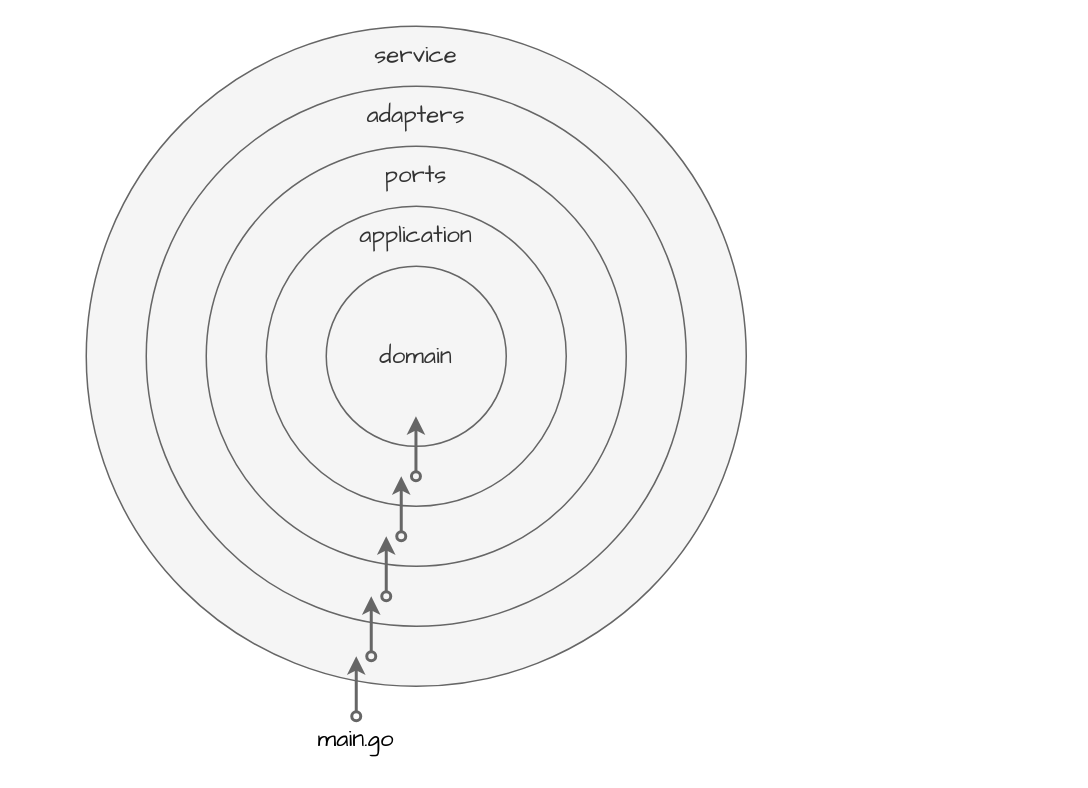
Above: api/doc/architecture.drawio in heikkilamarko/golang-api (draw.io), before the change. Source tidied: cells renumbered, new cells numbered last; positions are measured from the earlier drawing's top-left corner, leaving out a move shared by most shapes. Both pictures are drawn from the tidied source at 150%, with x=0, y=0 at pixel (86, 26).
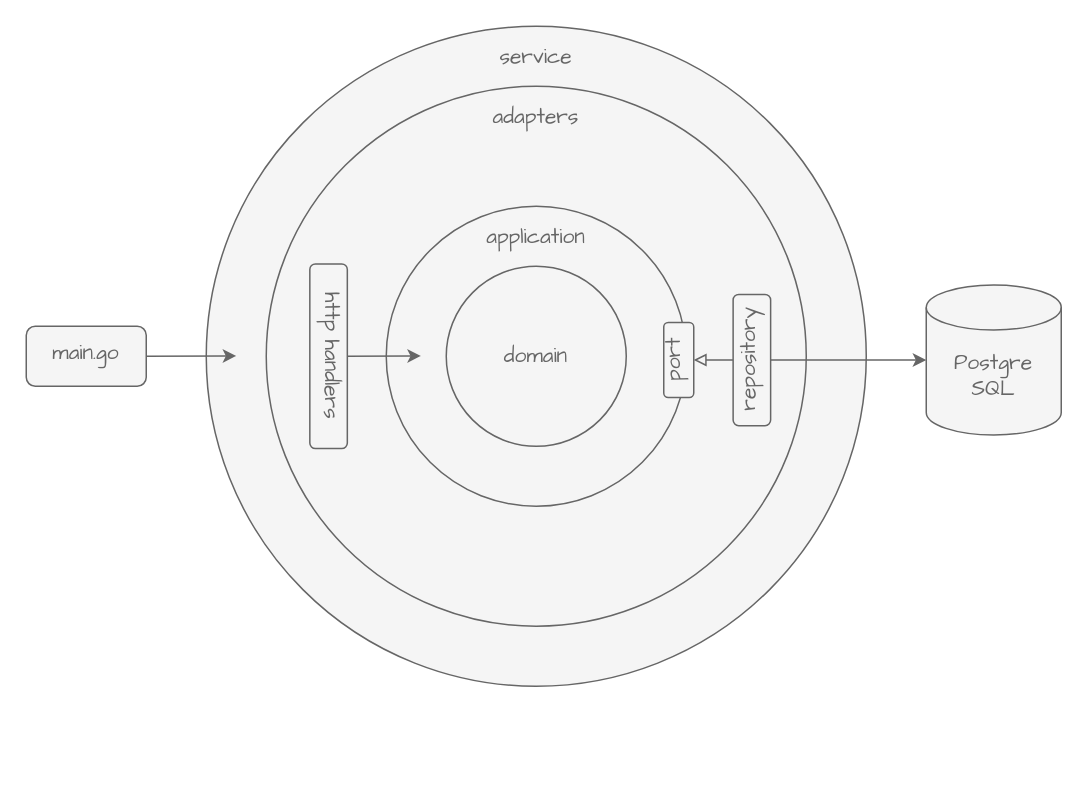
After the change.

Diff of the diagram source:
```diff
@@
 <mxGraphModel>
   <root>
     <mxCell id="0" />
     <mxCell id="1" parent="0" />
-    <mxCell id="2" value="service" style="ellipse;whiteSpace=wrap;html=1;verticalAlign=top;fontFamily=Comic Sans MS;fontSize=16;fillColor=#f5f5f5;strokeColor=#666666;fontColor=#333333;spacingTop=3;" parent="1" vertex="1">
-      <mxGeometry width="440" height="440" as="geometry" />
-    </mxCell>
-    <mxCell id="3" value="adapters" style="ellipse;whiteSpace=wrap;html=1;verticalAlign=top;fontFamily=Comic Sans MS;fontSize=16;fillColor=#f5f5f5;strokeColor=#666666;fontColor=#333333;spacingTop=3;" parent="1" vertex="1">
-      <mxGeometry x="40" y="40" width="360" height="360" as="geometry" />
+    <mxCell id="3" value="service" style="ellipse;whiteSpace=wrap;html=1;verticalAlign=top;fontFamily=Comic Sans MS;fontSize=14;fillColor=#f5f5f5;strokeColor=#666666;spacingTop=6;fontColor=#666666;" parent="1" vertex="1">
+      <mxGeometry x="80" width="440" height="440" as="geometry" />
     </mxCell>
-    <mxCell id="4" value="ports" style="ellipse;whiteSpace=wrap;html=1;verticalAlign=top;fontFamily=Comic Sans MS;fontSize=16;fillColor=#f5f5f5;strokeColor=#666666;fontColor=#333333;spacingTop=3;" parent="1" vertex="1">
-      <mxGeometry x="80" y="80" width="280" height="280" as="geometry" />
+    <mxCell id="4" value="adapters" style="ellipse;whiteSpace=wrap;html=1;verticalAlign=top;fontFamily=Comic Sans MS;fontSize=14;fillColor=#f5f5f5;strokeColor=#666666;spacingTop=6;fontColor=#666666;" parent="1" vertex="1">
+      <mxGeometry x="120" y="40" width="360" height="360" as="geometry" />
     </mxCell>
-    <mxCell id="5" value="application" style="ellipse;whiteSpace=wrap;html=1;verticalAlign=top;fontFamily=Comic Sans MS;fontSize=16;fillColor=#f5f5f5;strokeColor=#666666;fontColor=#333333;spacingTop=3;" parent="1" vertex="1">
-      <mxGeometry x="120" y="120" width="200" height="200" as="geometry" />
+    <mxCell id="5" value="application" style="ellipse;whiteSpace=wrap;html=1;verticalAlign=top;fontFamily=Comic Sans MS;fontSize=14;fillColor=#f5f5f5;strokeColor=#666666;spacingTop=6;fontColor=#666666;" parent="1" vertex="1">
+      <mxGeometry x="200" y="120" width="200" height="200" as="geometry" />
     </mxCell>
-    <mxCell id="6" value="domain" style="ellipse;whiteSpace=wrap;html=1;verticalAlign=middle;fontFamily=Comic Sans MS;fontSize=16;fillColor=#f5f5f5;strokeColor=#666666;fontColor=#333333;" parent="1" vertex="1">
-      <mxGeometry x="160" y="160" width="120" height="120" as="geometry" />
+    <mxCell id="6" value="domain" style="ellipse;whiteSpace=wrap;html=1;verticalAlign=middle;fontFamily=Comic Sans MS;fontSize=14;fillColor=#f5f5f5;strokeColor=#666666;fontColor=#666666;" parent="1" vertex="1">
+      <mxGeometry x="240" y="160" width="120" height="120" as="geometry" />
     </mxCell>
-    <mxCell id="7" style="endArrow=classic;html=1;fontFamily=Comic Sans MS;fontSize=16;startArrow=oval;startFill=0;fillColor=#f5f5f5;strokeColor=#666666;strokeWidth=2;exitX=0.5;exitY=0;exitDx=0;exitDy=0;" parent="1" edge="1" source="12">
-      <mxGeometry relative="1" as="geometry">
-        <mxPoint x="180" y="420" as="targetPoint" />
-      </mxGeometry>
-    </mxCell>
-    <mxCell id="8" style="endArrow=classic;html=1;fontFamily=Comic Sans MS;fontSize=16;entryX=0.5;entryY=1;entryDx=0;entryDy=0;startArrow=oval;startFill=0;fillColor=#f5f5f5;strokeColor=#666666;strokeWidth=2;" parent="1" edge="1">
-      <mxGeometry relative="1" as="geometry">
-        <mxPoint x="190" y="420" as="sourcePoint" />
-        <mxPoint x="190" y="380" as="targetPoint" />
-      </mxGeometry>
-    </mxCell>
-    <mxCell id="9" style="endArrow=classic;html=1;fontFamily=Comic Sans MS;fontSize=16;entryX=0.5;entryY=1;entryDx=0;entryDy=0;startArrow=oval;startFill=0;fillColor=#f5f5f5;strokeColor=#666666;strokeWidth=2;" parent="1" edge="1">
-      <mxGeometry relative="1" as="geometry">
-        <mxPoint x="200" y="380" as="sourcePoint" />
-        <mxPoint x="200" y="340" as="targetPoint" />
-      </mxGeometry>
-    </mxCell>
-    <mxCell id="10" style="endArrow=classic;html=1;fontFamily=Comic Sans MS;fontSize=16;entryX=0.5;entryY=1;entryDx=0;entryDy=0;startArrow=oval;startFill=0;fillColor=#f5f5f5;strokeColor=#666666;strokeWidth=2;" parent="1" edge="1">
-      <mxGeometry relative="1" as="geometry">
-        <mxPoint x="210" y="340" as="sourcePoint" />
-        <mxPoint x="210" y="300" as="targetPoint" />
-      </mxGeometry>
-    </mxCell>
-    <mxCell id="11" style="endArrow=classic;html=1;fontFamily=Comic Sans MS;fontSize=16;entryX=0.5;entryY=1;entryDx=0;entryDy=0;startArrow=oval;startFill=0;fillColor=#f5f5f5;strokeColor=#666666;strokeWidth=2;" parent="1" edge="1">
-      <mxGeometry relative="1" as="geometry">
-        <mxPoint x="219.8" y="300" as="sourcePoint" />
-        <mxPoint x="219.8" y="260" as="targetPoint" />
-      </mxGeometry>
-    </mxCell>
+    <mxCell id="13" value="port" style="rounded=1;whiteSpace=wrap;html=1;shadow=0;fontFamily=Comic Sans MS;fontSize=14;spacingTop=-6;fillColor=#f5f5f5;strokeColor=#666666;rotation=-90;fontColor=#666666;" parent="1" vertex="1">
+      <mxGeometry x="370" y="212.5" width="50" height="20" as="geometry" />
+    </mxCell>
+    <mxCell id="14" style="edgeStyle=none;rounded=0;jettySize=auto;html=1;entryX=0.5;entryY=1;entryDx=0;entryDy=0;fillColor=#f5f5f5;strokeColor=#666666;endArrow=block;endFill=0;fontColor=#666666;fontSize=14;" parent="1" edge="1" source="16" target="13">
+      <mxGeometry relative="1" as="geometry" />
+    </mxCell>
+    <mxCell id="15" style="edgeStyle=none;rounded=0;jettySize=auto;html=1;entryX=0;entryY=0.5;entryDx=0;entryDy=0;entryPerimeter=0;fontFamily=Comic Sans MS;endArrow=classic;endFill=1;strokeWidth=1;fillColor=#f5f5f5;strokeColor=#666666;fontColor=#666666;fontSize=14;" parent="1" edge="1" source="16" target="18">
+      <mxGeometry relative="1" as="geometry" />
+    </mxCell>
+    <mxCell id="16" value="repository" style="rounded=1;whiteSpace=wrap;html=1;shadow=0;fontFamily=Comic Sans MS;fontSize=14;spacingTop=-4;fillColor=#f5f5f5;strokeColor=#666666;rotation=-90;fontColor=#666666;" parent="1" vertex="1">
+      <mxGeometry x="400" y="210" width="87.5" height="25" as="geometry" />
+    </mxCell>
+    <mxCell id="17" value="http handlers" style="rounded=1;whiteSpace=wrap;html=1;shadow=0;fontFamily=Comic Sans MS;fontSize=14;spacingTop=-4;fillColor=#f5f5f5;strokeColor=#666666;rotation=90;fontColor=#666666;" parent="1" vertex="1">
+      <mxGeometry x="100" y="207.5" width="123.1" height="25" as="geometry" />
+    </mxCell>
+    <mxCell id="18" value="Postgre&lt;br&gt;SQL" style="shape=cylinder3;whiteSpace=wrap;html=1;boundedLbl=1;backgroundOutline=1;size=15;fillColor=#f5f5f5;strokeColor=#666666;fontFamily=Comic Sans MS;fontColor=#666666;spacingTop=-4;fontSize=14;" parent="1" vertex="1">
+      <mxGeometry x="560" y="172.5" width="90" height="100" as="geometry" />
+    </mxCell>
-    <mxCell id="12" value="main.go" style="text;html=1;strokeColor=none;fillColor=none;align=center;verticalAlign=middle;whiteSpace=wrap;rounded=0;fontFamily=Comic Sans MS;fontSize=16;" parent="1" vertex="1">
-      <mxGeometry x="140" y="460" width="80" height="30" as="geometry" />
+    <mxCell id="12" value="main.go" style="rounded=1;whiteSpace=wrap;html=1;shadow=0;fontFamily=Comic Sans MS;fontSize=14;spacingTop=-4;fillColor=#f5f5f5;strokeColor=#666666;rotation=0;fontColor=#666666;" parent="1" vertex="1">
+      <mxGeometry x="-40" y="200" width="80" height="40" as="geometry" />
     </mxCell>
+    <mxCell id="19" style="edgeStyle=none;rounded=0;jettySize=auto;html=1;fillColor=#f5f5f5;strokeColor=#666666;endArrow=classic;endFill=1;fontColor=#666666;fontSize=14;exitX=0.5;exitY=0;exitDx=0;exitDy=0;" parent="1" edge="1" source="17">
+      <mxGeometry relative="1" as="geometry">
+        <mxPoint x="223.1" y="219.8" as="targetPoint" />
+      </mxGeometry>
+    </mxCell>
+    <mxCell id="20" style="edgeStyle=none;rounded=0;jettySize=auto;html=1;fontFamily=Comic Sans MS;fontColor=#666666;endArrow=classic;endFill=1;strokeWidth=1;fillColor=#f5f5f5;strokeColor=#666666;fontSize=14;exitX=1;exitY=0.5;exitDx=0;exitDy=0;" parent="1" edge="1" source="12">
+      <mxGeometry relative="1" as="geometry">
+        <mxPoint x="100" y="219.8" as="targetPoint" />
+      </mxGeometry>
+    </mxCell>
   </root>
 </mxGraphModel>
```
